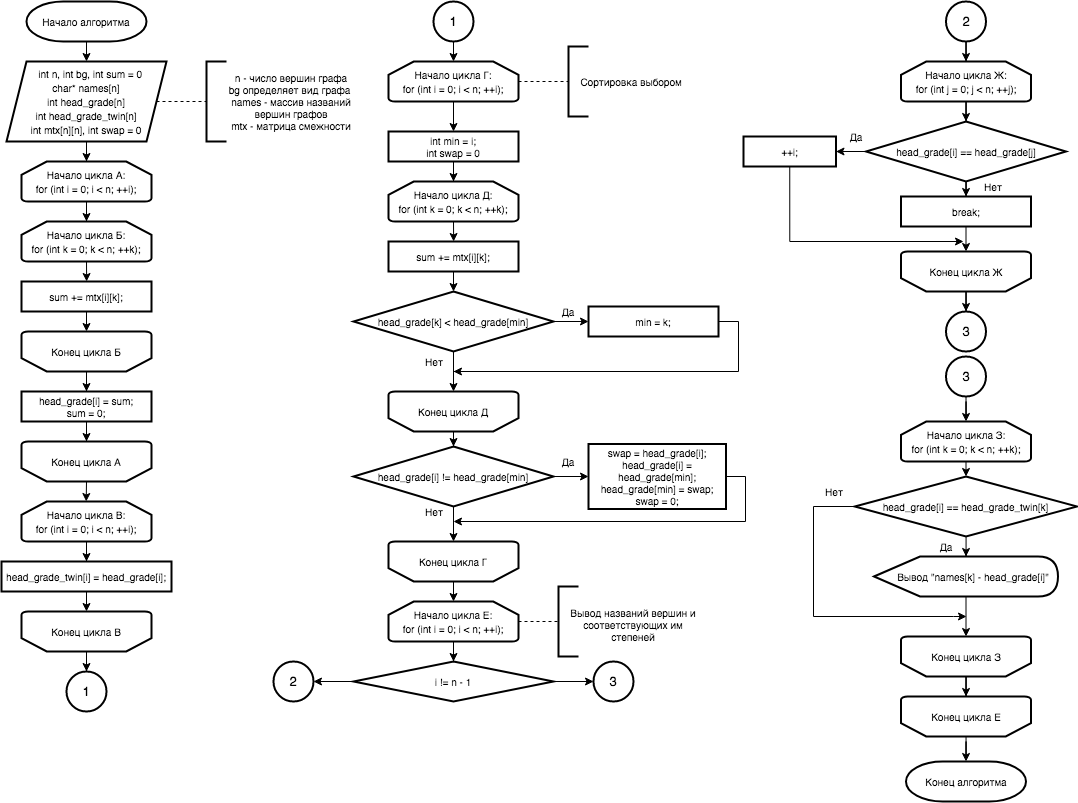
The draw.io diagram ДЗ4.png in ShadrinYuri/FLITA_4dz, before a commit. Source tidied: cells renumbered, new cells last; positions are measured from the earlier drawing's top-left corner, leaving out a move shared by most shapes.
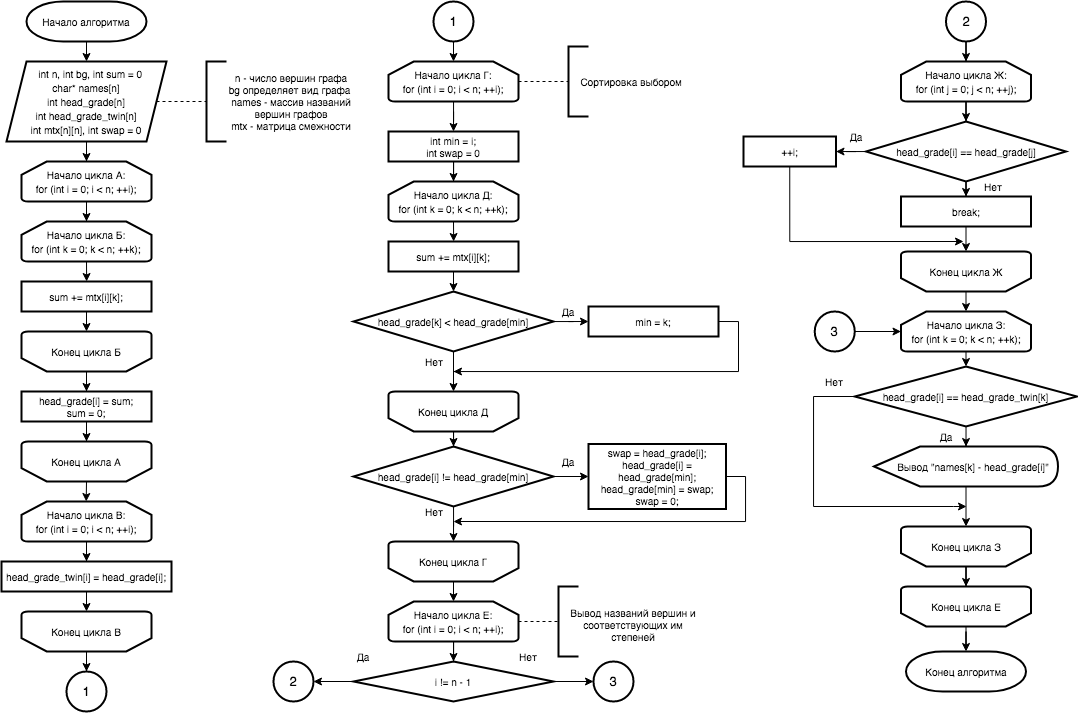
The same file after the commit.

Change to the diagram source:
```diff
@@ -243,24 +243,24 @@
       <mxGeometry relative="1" as="geometry" />
     </mxCell>
     <mxCell id="69" value="&lt;font size=&quot;1&quot;&gt;Начало цикла З:&lt;br&gt;for (int k = 0; k &amp;lt; n; ++k);&lt;br&gt;&lt;/font&gt;" style="strokeWidth=2;html=1;shape=mxgraph.flowchart.loop_limit;whiteSpace=wrap;rounded=0;glass=0;sketch=0;" parent="1" vertex="1">
-      <mxGeometry x="899.5" y="420" width="130" height="40" as="geometry" />
+      <mxGeometry x="899.5" y="310" width="130" height="40" as="geometry" />
     </mxCell>
     <mxCell id="70" style="edgeStyle=orthogonalEdgeStyle;rounded=0;jettySize=auto;html=1;entryX=0.5;entryY=1;entryDx=0;entryDy=0;entryPerimeter=0;fontSize=10;" parent="1" edge="1" source="71" target="113">
       <mxGeometry relative="1" as="geometry" />
     </mxCell>
     <mxCell id="71" style="strokeWidth=2;html=1;shape=mxgraph.flowchart.loop_limit;whiteSpace=wrap;rounded=0;glass=0;sketch=0;fontSize=10;rotation=-180;" parent="1" vertex="1">
-      <mxGeometry x="899.5" y="635" width="130" height="40" as="geometry" />
+      <mxGeometry x="899.5" y="525" width="130" height="40" as="geometry" />
     </mxCell>
     <mxCell id="72" value="Конец цикла З" style="text;html=1;strokeColor=none;fillColor=none;align=center;verticalAlign=middle;whiteSpace=wrap;rounded=0;glass=0;sketch=0;fontSize=10;" parent="1" vertex="1">
-      <mxGeometry x="924.5" y="645" width="80" height="20" as="geometry" />
+      <mxGeometry x="924.5" y="535" width="80" height="20" as="geometry" />
     </mxCell>
     <mxCell id="73" style="edgeStyle=orthogonalEdgeStyle;rounded=0;jettySize=auto;html=1;fontSize=10;" parent="1" edge="1" source="75">
       <mxGeometry relative="1" as="geometry">
-        <mxPoint x="965" y="615" as="targetPoint" />
+        <mxPoint x="965" y="505" as="targetPoint" />
         <Array as="points">
+          <mxPoint x="812" y="395" />
           <mxPoint x="812" y="505" />
-          <mxPoint x="812" y="615" />
-          <mxPoint x="952" y="615" />
+          <mxPoint x="952" y="505" />
         </Array>
       </mxGeometry>
     </mxCell>
@@ -268,10 +268,10 @@
       <mxGeometry relative="1" as="geometry" />
     </mxCell>
     <mxCell id="75" value="head_grade[i] == head_grade_twin[k]" style="strokeWidth=2;html=1;shape=mxgraph.flowchart.decision;whiteSpace=wrap;rounded=0;glass=0;sketch=0;fontSize=10;" parent="1" vertex="1">
-      <mxGeometry x="853.2" y="475" width="222.5" height="60" as="geometry" />
+      <mxGeometry x="853.2" y="365" width="222.5" height="60" as="geometry" />
     </mxCell>
     <mxCell id="76" value="Нет" style="text;html=1;strokeColor=none;fillColor=none;align=center;verticalAlign=middle;whiteSpace=wrap;rounded=0;glass=0;sketch=0;fontSize=10;" parent="1" vertex="1">
-      <mxGeometry x="813.2" y="480" width="40" height="20" as="geometry" />
+      <mxGeometry x="813.2" y="370" width="40" height="20" as="geometry" />
     </mxCell>
     <mxCell id="77" style="endArrow=none;dashed=1;html=1;fontSize=10;exitX=1;exitY=0.5;exitDx=0;exitDy=0;exitPerimeter=0;entryX=0;entryY=0.5;entryDx=0;entryDy=0;entryPerimeter=0;" parent="1" edge="1" source="67" target="78">
       <mxGeometry relative="1" as="geometry" />
@@ -321,11 +321,6 @@
         <mxPoint x="964.5" y="250" as="targetPoint" />
       </mxGeometry>
     </mxCell>
-    <mxCell id="91" style="edgeStyle=orthogonalEdgeStyle;rounded=0;jettySize=auto;html=1;fontSize=10;" parent="1" edge="1" source="92">
-      <mxGeometry relative="1" as="geometry">
-        <mxPoint x="964.5" y="310" as="targetPoint" />
-      </mxGeometry>
-    </mxCell>
     <mxCell id="92" style="strokeWidth=2;html=1;shape=mxgraph.flowchart.loop_limit;whiteSpace=wrap;rounded=0;glass=0;sketch=0;fontSize=10;rotation=-180;" parent="1" vertex="1">
       <mxGeometry x="899.5" y="250" width="130" height="40" as="geometry" />
     </mxCell>
@@ -367,45 +362,48 @@
     <mxCell id="103" value="&lt;span style=&quot;font-size: 13px&quot;&gt;3&lt;/span&gt;" style="text;html=1;strokeColor=none;fillColor=none;align=center;verticalAlign=middle;whiteSpace=wrap;rounded=0;glass=0;sketch=0;fontSize=10;" parent="1" vertex="1">
       <mxGeometry x="592" y="670" width="40" height="20" as="geometry" />
     </mxCell>
-    <mxCell id="104" style="ellipse;whiteSpace=wrap;html=1;rounded=0;glass=0;sketch=0;strokeWidth=2;fontSize=10;" parent="1" vertex="1">
-      <mxGeometry x="944.5" y="310" width="40" height="40" as="geometry" />
-    </mxCell>
-    <mxCell id="105" value="&lt;span style=&quot;font-size: 13px&quot;&gt;3&lt;/span&gt;" style="text;html=1;strokeColor=none;fillColor=none;align=center;verticalAlign=middle;whiteSpace=wrap;rounded=0;glass=0;sketch=0;fontSize=10;" parent="1" vertex="1">
-      <mxGeometry x="944.5" y="320" width="40" height="20" as="geometry" />
-    </mxCell>
-    <mxCell id="106" style="edgeStyle=orthogonalEdgeStyle;rounded=0;jettySize=auto;html=1;fontSize=10;" parent="1" edge="1" source="107">
-      <mxGeometry relative="1" as="geometry">
-        <mxPoint x="964.5" y="420" as="targetPoint" />
-      </mxGeometry>
-    </mxCell>
+    <mxCell id="116" style="edgeStyle=orthogonalEdgeStyle;rounded=0;jettySize=auto;html=1;entryX=0.5;entryY=0;entryDx=0;entryDy=0;entryPerimeter=0;" parent="1" edge="1" target="69">
+      <mxGeometry relative="1" as="geometry">
+        <mxPoint x="964.5" y="290" as="sourcePoint" />
+      </mxGeometry>
+    </mxCell>
     <mxCell id="107" style="ellipse;whiteSpace=wrap;html=1;rounded=0;glass=0;sketch=0;strokeWidth=2;fontSize=10;" parent="1" vertex="1">
-      <mxGeometry x="944.5" y="355" width="40" height="40" as="geometry" />
+      <mxGeometry x="813.2" y="310" width="40" height="40" as="geometry" />
     </mxCell>
+    <mxCell id="117" style="edgeStyle=orthogonalEdgeStyle;rounded=0;jettySize=auto;html=1;entryX=0;entryY=0.5;entryDx=0;entryDy=0;entryPerimeter=0;" parent="1" edge="1" source="108" target="69">
+      <mxGeometry relative="1" as="geometry" />
+    </mxCell>
     <mxCell id="108" value="&lt;span style=&quot;font-size: 13px&quot;&gt;3&lt;/span&gt;" style="text;html=1;strokeColor=none;fillColor=none;align=center;verticalAlign=middle;whiteSpace=wrap;rounded=0;glass=0;sketch=0;fontSize=10;" parent="1" vertex="1">
-      <mxGeometry x="944.5" y="365" width="40" height="20" as="geometry" />
+      <mxGeometry x="813.2" y="320" width="40" height="20" as="geometry" />
     </mxCell>
     <mxCell id="109" style="edgeStyle=orthogonalEdgeStyle;rounded=0;jettySize=auto;html=1;entryX=0.5;entryY=1;entryDx=0;entryDy=0;entryPerimeter=0;fontSize=10;" parent="1" edge="1" source="110" target="71">
       <mxGeometry relative="1" as="geometry" />
     </mxCell>
     <mxCell id="110" value="&amp;nbsp; &amp;nbsp; &amp;nbsp;Вывод &quot;names[k] - head_grade[i]&quot;" style="shape=display;whiteSpace=wrap;html=1;rounded=0;glass=0;sketch=0;strokeWidth=2;fontSize=10;" parent="1" vertex="1">
-      <mxGeometry x="872.5" y="555" width="184" height="40" as="geometry" />
+      <mxGeometry x="872.5" y="445" width="184" height="40" as="geometry" />
     </mxCell>
     <mxCell id="111" value="Да" style="text;html=1;strokeColor=none;fillColor=none;align=center;verticalAlign=middle;whiteSpace=wrap;rounded=0;glass=0;sketch=0;fontSize=10;" parent="1" vertex="1">
-      <mxGeometry x="924.5" y="535" width="40" height="20" as="geometry" />
+      <mxGeometry x="924.5" y="425" width="40" height="20" as="geometry" />
     </mxCell>
     <mxCell id="112" style="edgeStyle=orthogonalEdgeStyle;rounded=0;jettySize=auto;html=1;fontSize=10;" parent="1" edge="1" source="113">
       <mxGeometry relative="1" as="geometry">
-        <mxPoint x="964.5" y="760" as="targetPoint" />
+        <mxPoint x="964.5" y="650" as="targetPoint" />
       </mxGeometry>
     </mxCell>
     <mxCell id="113" style="strokeWidth=2;html=1;shape=mxgraph.flowchart.loop_limit;whiteSpace=wrap;rounded=0;glass=0;sketch=0;fontSize=10;rotation=-180;" parent="1" vertex="1">
-      <mxGeometry x="899.5" y="695" width="130" height="40" as="geometry" />
+      <mxGeometry x="899.5" y="585" width="130" height="40" as="geometry" />
     </mxCell>
     <mxCell id="114" value="Конец цикла Е" style="text;html=1;strokeColor=none;fillColor=none;align=center;verticalAlign=middle;whiteSpace=wrap;rounded=0;glass=0;sketch=0;fontSize=10;" parent="1" vertex="1">
-      <mxGeometry x="924.5" y="705" width="80" height="20" as="geometry" />
+      <mxGeometry x="924.5" y="595" width="80" height="20" as="geometry" />
     </mxCell>
     <mxCell id="115" value="&lt;font style=&quot;font-size: 10px&quot;&gt;Конец&amp;nbsp;алгоритма&lt;/font&gt;" style="strokeWidth=2;html=1;shape=mxgraph.flowchart.terminator;whiteSpace=wrap;rounded=0;glass=0;sketch=0;" parent="1" vertex="1">
-      <mxGeometry x="904.5" y="760" width="120" height="40" as="geometry" />
+      <mxGeometry x="904.5" y="650" width="120" height="40" as="geometry" />
     </mxCell>
+    <mxCell id="118" value="Да" style="text;html=1;strokeColor=none;fillColor=none;align=center;verticalAlign=middle;whiteSpace=wrap;rounded=0;glass=0;sketch=0;fontSize=10;" parent="1" vertex="1">
+      <mxGeometry x="342" y="645" width="40" height="20" as="geometry" />
+    </mxCell>
+    <mxCell id="119" value="Нет" style="text;html=1;strokeColor=none;fillColor=none;align=center;verticalAlign=middle;whiteSpace=wrap;rounded=0;glass=0;sketch=0;fontSize=10;" parent="1" vertex="1">
+      <mxGeometry x="507" y="645" width="40" height="20" as="geometry" />
+    </mxCell>
   </root>
 </mxGraphModel>
```
